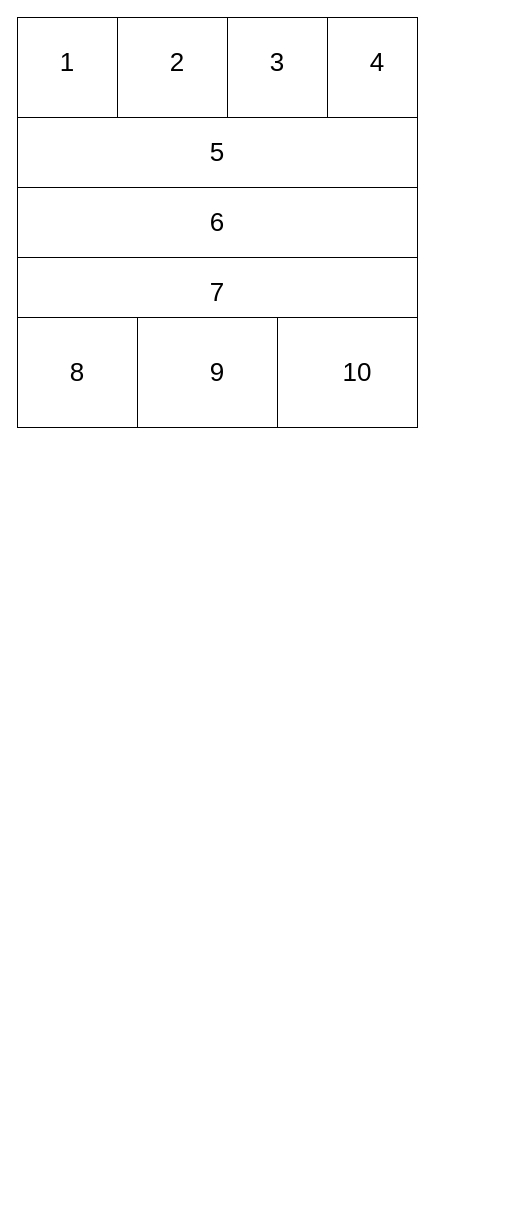
Above: 合并连通性检查.drawio in dev-dylan/draw.io (draw.io), before the change. Source tidied: cells renumbered, new cells numbered last; positions are measured from the earlier drawing's top-left corner, leaving out a move shared by most shapes. Both pictures are drawn from the tidied source at 100%, with x=0, y=0 at pixel (17, 17).
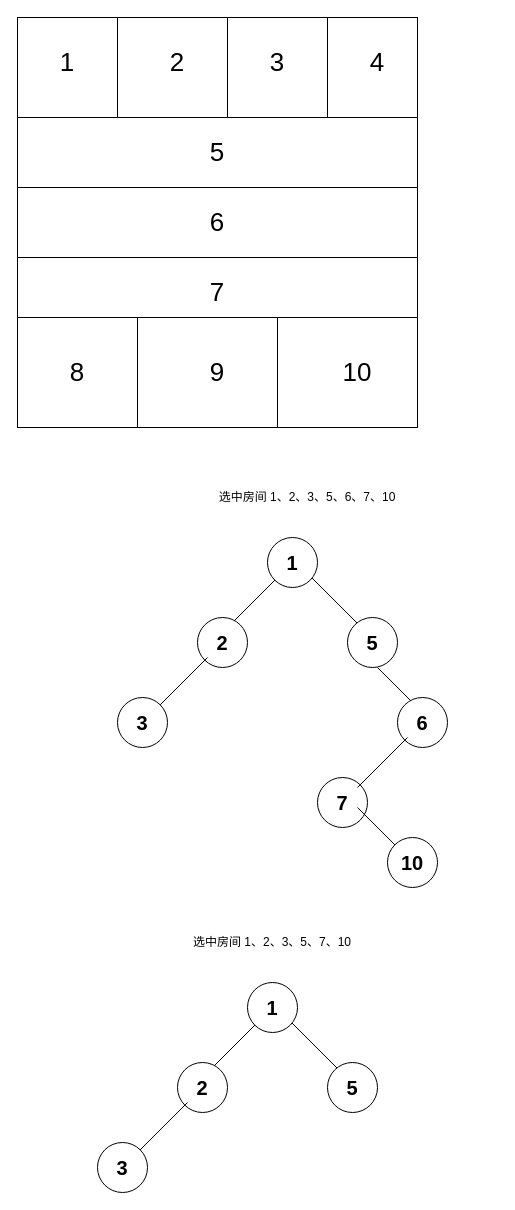
Above is the later version.

Commit message:
更新合并连通性检查.drawio

Change to the diagram source:
```diff
@@
+    <mxCell id="22" style="endArrow=none;html=1;rounded=0;" parent="1" edge="1">
+      <mxGeometry relative="1" as="geometry">
+        <mxPoint x="210" y="610" as="sourcePoint" />
+        <mxPoint x="260" y="560" as="targetPoint" />
+      </mxGeometry>
+    </mxCell>
+    <mxCell id="23" style="endArrow=none;html=1;rounded=0;" parent="1" edge="1">
+      <mxGeometry relative="1" as="geometry">
+        <mxPoint x="294" y="560" as="sourcePoint" />
+        <mxPoint x="344" y="610" as="targetPoint" />
+      </mxGeometry>
+    </mxCell>
+    <mxCell id="24" value="&lt;font style=&quot;font-size: 20px;&quot;&gt;&lt;b&gt;2&lt;/b&gt;&lt;/font&gt;" style="ellipse;whiteSpace=wrap;html=1;" parent="1" vertex="1">
+      <mxGeometry x="180" y="600" width="50" height="50" as="geometry" />
+    </mxCell>
+    <mxCell id="25" value="&lt;font style=&quot;font-size: 20px;&quot;&gt;&lt;b&gt;1&lt;/b&gt;&lt;/font&gt;" style="ellipse;whiteSpace=wrap;html=1;" parent="1" vertex="1">
+      <mxGeometry x="250" y="520" width="50" height="50" as="geometry" />
+    </mxCell>
+    <mxCell id="26" value="&lt;span style=&quot;font-size: 20px;&quot;&gt;&lt;b&gt;5&lt;/b&gt;&lt;/span&gt;" style="ellipse;whiteSpace=wrap;html=1;" parent="1" vertex="1">
+      <mxGeometry x="330" y="600" width="50" height="50" as="geometry" />
+    </mxCell>
+    <mxCell id="27" value="选中房间 1、2、3、5、6、7、10" style="text;html=1;strokeColor=none;fillColor=none;align=center;verticalAlign=middle;whiteSpace=wrap;rounded=0;" parent="1" vertex="1">
+      <mxGeometry x="100" y="465" width="380" height="30" as="geometry" />
+    </mxCell>
+    <mxCell id="28" style="endArrow=none;html=1;rounded=0;" parent="1" edge="1">
+      <mxGeometry relative="1" as="geometry">
+        <mxPoint x="140" y="690" as="sourcePoint" />
+        <mxPoint x="190" y="640" as="targetPoint" />
+      </mxGeometry>
+    </mxCell>
+    <mxCell id="29" value="&lt;font style=&quot;font-size: 20px;&quot;&gt;&lt;b&gt;3&lt;/b&gt;&lt;/font&gt;" style="ellipse;whiteSpace=wrap;html=1;" parent="1" vertex="1">
+      <mxGeometry x="100" y="680" width="50" height="50" as="geometry" />
+    </mxCell>
+    <mxCell id="30" style="endArrow=none;html=1;rounded=0;" parent="1" edge="1">
+      <mxGeometry relative="1" as="geometry">
+        <mxPoint x="360" y="650" as="sourcePoint" />
+        <mxPoint x="410" y="700" as="targetPoint" />
+      </mxGeometry>
+    </mxCell>
+    <mxCell id="31" value="&lt;font style=&quot;font-size: 20px;&quot;&gt;&lt;b&gt;6&lt;/b&gt;&lt;/font&gt;" style="ellipse;whiteSpace=wrap;html=1;" parent="1" vertex="1">
+      <mxGeometry x="380" y="680" width="50" height="50" as="geometry" />
+    </mxCell>
+    <mxCell id="32" value="&lt;font style=&quot;font-size: 20px;&quot;&gt;&lt;b&gt;7&lt;/b&gt;&lt;/font&gt;" style="ellipse;whiteSpace=wrap;html=1;" parent="1" vertex="1">
+      <mxGeometry x="300" y="760" width="50" height="50" as="geometry" />
+    </mxCell>
+    <mxCell id="33" style="endArrow=none;html=1;rounded=0;" parent="1" edge="1">
+      <mxGeometry relative="1" as="geometry">
+        <mxPoint x="340" y="770" as="sourcePoint" />
+        <mxPoint x="390" y="720" as="targetPoint" />
+      </mxGeometry>
+    </mxCell>
+    <mxCell id="34" style="endArrow=none;html=1;rounded=0;" parent="1" edge="1">
+      <mxGeometry relative="1" as="geometry">
+        <mxPoint x="340" y="790" as="sourcePoint" />
+        <mxPoint x="390" y="840" as="targetPoint" />
+      </mxGeometry>
+    </mxCell>
+    <mxCell id="35" value="&lt;font style=&quot;font-size: 20px;&quot;&gt;&lt;b&gt;10&lt;/b&gt;&lt;/font&gt;" style="ellipse;whiteSpace=wrap;html=1;" parent="1" vertex="1">
+      <mxGeometry x="370" y="820" width="50" height="50" as="geometry" />
+    </mxCell>
+    <mxCell id="36" style="endArrow=none;html=1;rounded=0;" parent="1" edge="1">
+      <mxGeometry relative="1" as="geometry">
+        <mxPoint x="190" y="1055" as="sourcePoint" />
+        <mxPoint x="240" y="1005" as="targetPoint" />
+      </mxGeometry>
+    </mxCell>
+    <mxCell id="37" style="endArrow=none;html=1;rounded=0;" parent="1" edge="1">
+      <mxGeometry relative="1" as="geometry">
+        <mxPoint x="274" y="1005" as="sourcePoint" />
+        <mxPoint x="324" y="1055" as="targetPoint" />
+      </mxGeometry>
+    </mxCell>
+    <mxCell id="38" value="&lt;font style=&quot;font-size: 20px;&quot;&gt;&lt;b&gt;2&lt;/b&gt;&lt;/font&gt;" style="ellipse;whiteSpace=wrap;html=1;" parent="1" vertex="1">
+      <mxGeometry x="160" y="1045" width="50" height="50" as="geometry" />
+    </mxCell>
+    <mxCell id="39" value="&lt;font style=&quot;font-size: 20px;&quot;&gt;&lt;b&gt;1&lt;/b&gt;&lt;/font&gt;" style="ellipse;whiteSpace=wrap;html=1;" parent="1" vertex="1">
+      <mxGeometry x="230" y="965" width="50" height="50" as="geometry" />
+    </mxCell>
+    <mxCell id="40" value="&lt;span style=&quot;font-size: 20px;&quot;&gt;&lt;b&gt;5&lt;/b&gt;&lt;/span&gt;" style="ellipse;whiteSpace=wrap;html=1;" parent="1" vertex="1">
+      <mxGeometry x="310" y="1045" width="50" height="50" as="geometry" />
+    </mxCell>
+    <mxCell id="41" value="选中房间 1、2、3、5、7、10" style="text;html=1;strokeColor=none;fillColor=none;align=center;verticalAlign=middle;whiteSpace=wrap;rounded=0;" parent="1" vertex="1">
+      <mxGeometry x="65" y="910" width="380" height="30" as="geometry" />
+    </mxCell>
+    <mxCell id="42" style="endArrow=none;html=1;rounded=0;" parent="1" edge="1">
+      <mxGeometry relative="1" as="geometry">
+        <mxPoint x="120" y="1135" as="sourcePoint" />
+        <mxPoint x="170" y="1085" as="targetPoint" />
+      </mxGeometry>
+    </mxCell>
+    <mxCell id="43" value="&lt;font style=&quot;font-size: 20px;&quot;&gt;&lt;b&gt;3&lt;/b&gt;&lt;/font&gt;" style="ellipse;whiteSpace=wrap;html=1;" parent="1" vertex="1">
+      <mxGeometry x="80" y="1125" width="50" height="50" as="geometry" />
+    </mxCell>
```
